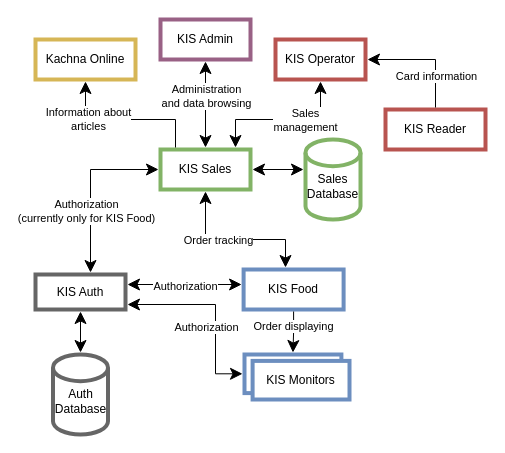
The draw.io diagram doc/thesis/figures/kis_relationships.drawio in MrakDun-desu/kis-v4, before the edit. Source tidied: cells renumbered, new cells numbered last; positions are measured from the earlier drawing's top-left corner, leaving out a move shared by most shapes. Both pictures are drawn from the tidied source at 100%, with x=0, y=0 at pixel (35, 19).
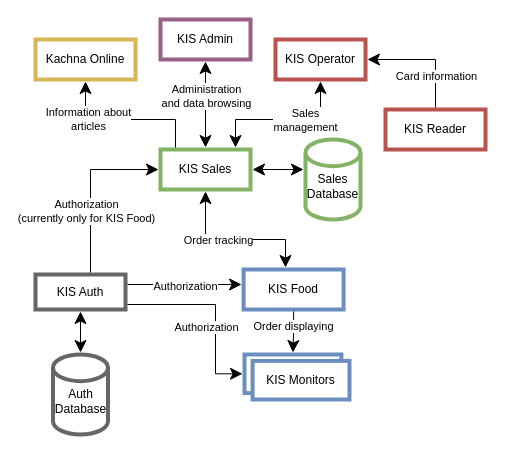
The same diagram, later.

The change refers to these unchanged cells:
```xml
<mxCell id="2" value="KIS Sales" style="rounded=0;whiteSpace=wrap;html=1;fillColor=default;gradientColor=none;strokeColor=#82b366;strokeWidth=4;perimeterSpacing=2;" parent="1" vertex="1">
  <mxGeometry x="125" y="130" width="90" height="40" as="geometry" />
</mxCell>
<mxCell id="6" value="KIS Auth" style="rounded=0;whiteSpace=wrap;html=1;fillColor=default;gradientColor=none;strokeColor=#666666;strokeWidth=4;perimeterSpacing=2;" parent="1" vertex="1">
  <mxGeometry y="255" width="90" height="35" as="geometry" />
</mxCell>
<mxCell id="8" style="rounded=0;whiteSpace=wrap;html=1;fillColor=default;gradientColor=none;strokeColor=#6c8ebf;strokeWidth=4;perimeterSpacing=2;" parent="7" vertex="1">
  <mxGeometry width="96.9" height="38.6" as="geometry" />
</mxCell>
<mxCell id="10" value="KIS Food" style="rounded=0;whiteSpace=wrap;html=1;fillColor=default;gradientColor=none;strokeColor=#6c8ebf;strokeWidth=4;perimeterSpacing=2;" parent="1" vertex="1">
  <mxGeometry x="208.1" y="250" width="100" height="40" as="geometry" />
</mxCell>
```

Diff of the diagram source:
```diff
@@
-    <mxCell id="21" style="edgeStyle=orthogonalEdgeStyle;rounded=0;jettySize=auto;html=1;startSize=10;endSize=10;startArrow=classic;startFill=1;" parent="1" edge="1" source="2" target="6">
+    <mxCell id="21" style="edgeStyle=orthogonalEdgeStyle;rounded=0;jettySize=auto;html=1;startSize=10;endSize=10;startArrow=classic;startFill=1;endArrow=none;endFill=0;" parent="1" edge="1" source="2" target="6">
       <mxGeometry relative="1" as="geometry">
         <Array as="points">
           <mxPoint x="55" y="150" />
         </Array>
       </mxGeometry>
     </mxCell>
@@
-    <mxCell id="30" style="edgeStyle=orthogonalEdgeStyle;rounded=0;jettySize=auto;html=1;startSize=10;endSize=10;startArrow=classic;startFill=1;" parent="1" edge="1" source="10" target="6">
+    <mxCell id="30" style="edgeStyle=orthogonalEdgeStyle;rounded=0;jettySize=auto;html=1;startSize=10;endSize=10;startArrow=classic;startFill=1;endArrow=none;endFill=0;" parent="1" edge="1" source="10" target="6">
       <mxGeometry relative="1" as="geometry">
         <Array as="points">
           <mxPoint x="180" y="265" />
           <mxPoint x="180" y="265" />
         </Array>
       </mxGeometry>
     </mxCell>
@@
-    <mxCell id="32" style="edgeStyle=orthogonalEdgeStyle;rounded=0;jettySize=auto;html=1;startSize=10;endSize=10;exitX=0;exitY=0.5;exitDx=0;exitDy=0;startArrow=classic;startFill=1;" parent="1" edge="1" source="8" target="6">
+    <mxCell id="32" style="edgeStyle=orthogonalEdgeStyle;rounded=0;jettySize=auto;html=1;startSize=10;endSize=10;exitX=0;exitY=0.5;exitDx=0;exitDy=0;startArrow=classic;startFill=1;endArrow=none;endFill=0;" parent="1" edge="1" source="8" target="6">
       <mxGeometry relative="1" as="geometry">
         <Array as="points">
           <mxPoint x="180" y="354" />
           <mxPoint x="180" y="285" />
         </Array>
       </mxGeometry>
     </mxCell>
```
